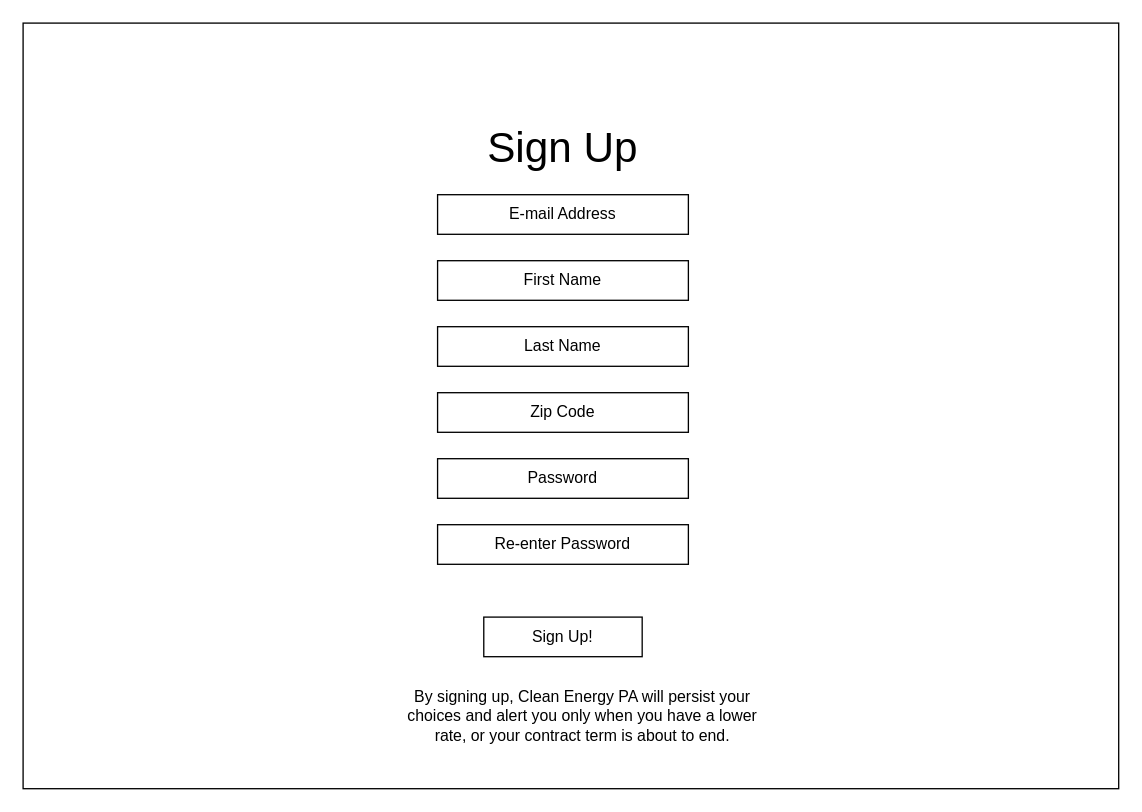
The draw.io diagram page "SIgn Up" (2 of 5) of documentation/diagrams/Wireframes.drawio in PSUCapstone2023-Group1/Clean-Energy-PA, before the edit. Source tidied: cells renumbered, new cells numbered last; positions are measured from the earlier drawing's top-left corner, leaving out a move shared by most shapes. Both pictures are drawn from the tidied source at 132%, with x=0, y=0 at pixel (22, 22).
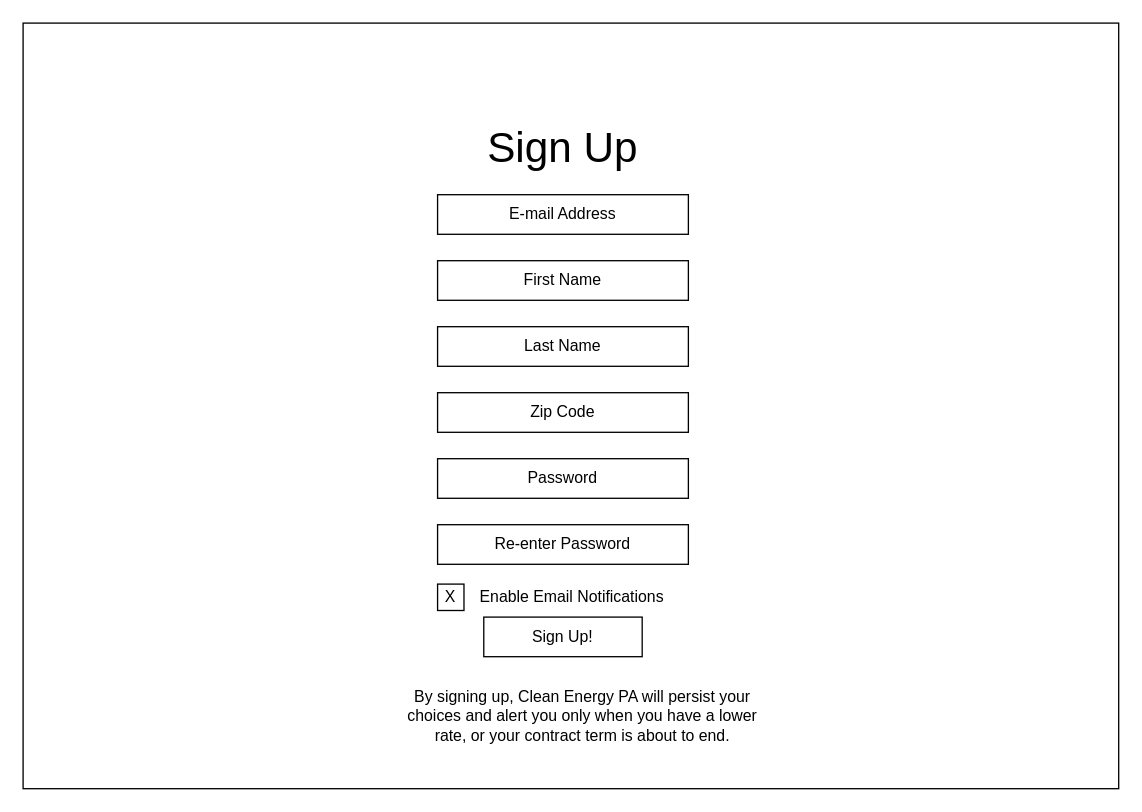
After the change.

The edit, as a diff of the source:
```diff
@@
 <mxGraphModel>
   <root>
     <mxCell id="0" />
     <mxCell id="1" parent="0" />
     <mxCell id="2" style="rounded=0;whiteSpace=wrap;html=1;" parent="1" vertex="1">
       <mxGeometry width="830" height="580" as="geometry" />
     </mxCell>
     <mxCell id="3" value="E-mail Address" style="rounded=0;whiteSpace=wrap;html=1;" parent="1" vertex="1">
       <mxGeometry x="314" y="130" width="190" height="30" as="geometry" />
     </mxCell>
     <mxCell id="4" value="&lt;font style=&quot;font-size: 32px;&quot;&gt;Sign Up&lt;/font&gt;" style="text;strokeColor=none;align=center;fillColor=none;html=1;verticalAlign=middle;whiteSpace=wrap;rounded=0;" parent="1" vertex="1">
       <mxGeometry x="89" y="80" width="640" height="30" as="geometry" />
     </mxCell>
     <mxCell id="5" value="First Name" style="rounded=0;whiteSpace=wrap;html=1;" parent="1" vertex="1">
       <mxGeometry x="314" y="180" width="190" height="30" as="geometry" />
     </mxCell>
     <mxCell id="6" value="Last Name" style="rounded=0;whiteSpace=wrap;html=1;" parent="1" vertex="1">
       <mxGeometry x="314" y="230" width="190" height="30" as="geometry" />
     </mxCell>
     <mxCell id="7" value="Password" style="rounded=0;whiteSpace=wrap;html=1;" parent="1" vertex="1">
       <mxGeometry x="314" y="330" width="190" height="30" as="geometry" />
     </mxCell>
     <mxCell id="8" value="Re-enter Password" style="rounded=0;whiteSpace=wrap;html=1;" parent="1" vertex="1">
       <mxGeometry x="314" y="380" width="190" height="30" as="geometry" />
     </mxCell>
     <mxCell id="9" value="Sign Up!" style="rounded=0;whiteSpace=wrap;html=1;" parent="1" vertex="1">
       <mxGeometry x="349" y="450" width="120" height="30" as="geometry" />
     </mxCell>
     <mxCell id="10" value="Zip Code" style="rounded=0;whiteSpace=wrap;html=1;" parent="1" vertex="1">
       <mxGeometry x="314" y="280" width="190" height="30" as="geometry" />
     </mxCell>
     <mxCell id="11" value="By signing up, Clean Energy PA will persist your choices and alert you only when you have a lower rate, or your contract term is about to end." style="text;strokeColor=none;align=center;fillColor=none;html=1;verticalAlign=middle;whiteSpace=wrap;rounded=0;" parent="1" vertex="1">
       <mxGeometry x="289" y="510" width="270" height="30" as="geometry" />
     </mxCell>
+    <mxCell id="12" value="Enable Email Notifications" style="text;strokeColor=none;align=center;fillColor=none;html=1;verticalAlign=middle;whiteSpace=wrap;rounded=0;" parent="1" vertex="1">
+      <mxGeometry x="328" y="420" width="176" height="30" as="geometry" />
+    </mxCell>
+    <mxCell id="13" style="rounded=0;whiteSpace=wrap;html=1;shadow=0;" parent="1" vertex="1">
+      <mxGeometry x="314" y="425" width="20" height="20" as="geometry" />
+    </mxCell>
+    <mxCell id="14" value="X" style="text;strokeColor=none;align=center;fillColor=none;html=1;verticalAlign=middle;whiteSpace=wrap;rounded=0;" parent="1" vertex="1">
+      <mxGeometry x="314" y="425" width="20" height="20" as="geometry" />
+    </mxCell>
   </root>
 </mxGraphModel>
```
